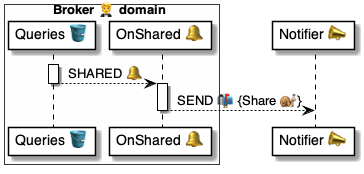
Before: 4 ⚙️ Solution/20 🧑‍🦰 UI/Brokers 🤵/🤵🪣 Broker tables/Queries 💼 table/🪣🧱 80 Shared 🔔 event/🤵 OnQueryShared ⚙️ uml.png, a diagram exported from PlantUML (pollyweb-org/pollyweb-docs). Its source is kept beside it as 4 ⚙️ Solution/20 🧑‍🦰 UI/Brokers 🤵/🤵🪣 Broker tables/Queries 💼 table/🪣🧱 80 Shared 🔔 event/🤵 OnQueryShared ⚙️ uml.puml.
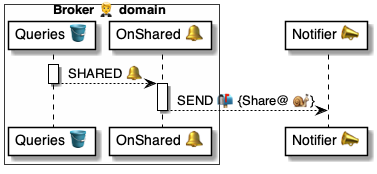
The same file after the commit.

Diff of the diagram source:
```diff
@@ -12,7 +12,7 @@
 deactivate table
 
 activate handler
-    handler --> notifier: SEND 📬 {Share 🐌}
+    handler --> notifier: SEND 📬 {Share@ 🐌}
 deactivate handler
 
 @enduml
```
